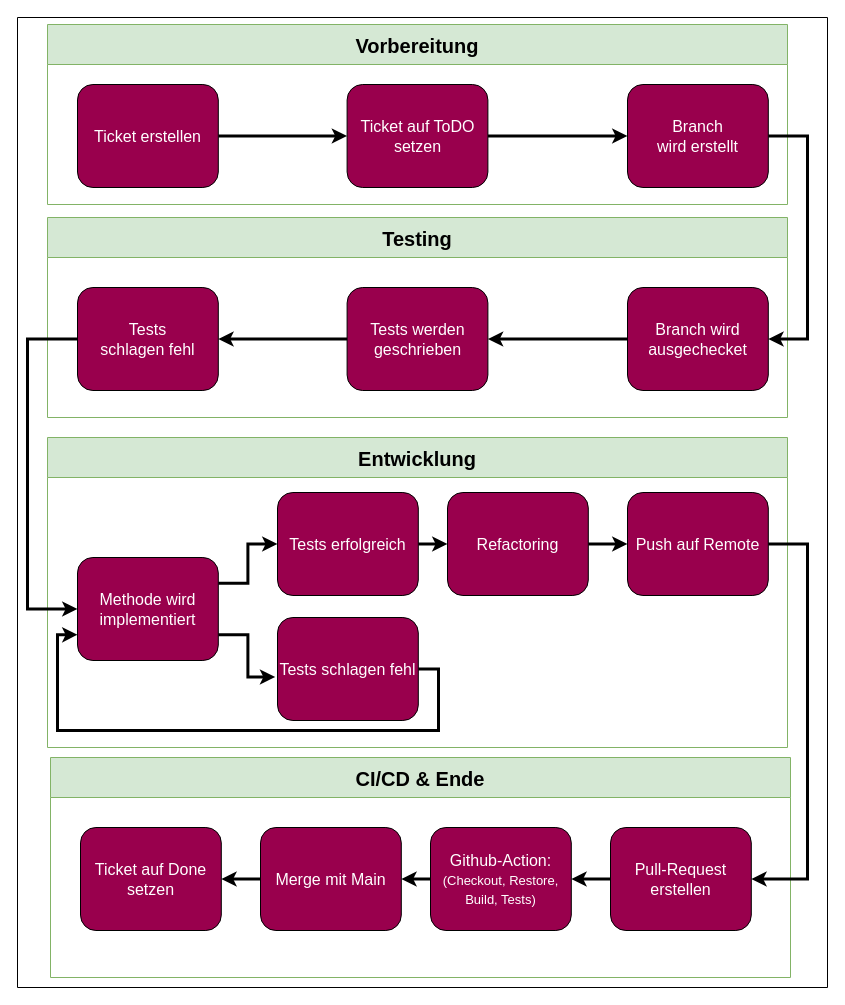
Before: page "Ablauf" (2 of 7) of Parlivote.Shared/Documentation/Untitled Diagram.drawio in schnickalodeon/Parlivote, a draw.io diagram. Source tidied: cells renumbered, new cells numbered last; positions are measured from the earlier drawing's top-left corner, leaving out a move shared by most shapes. Both pictures are drawn from the tidied source at 100%, with x=0, y=0 at pixel (17, 17).
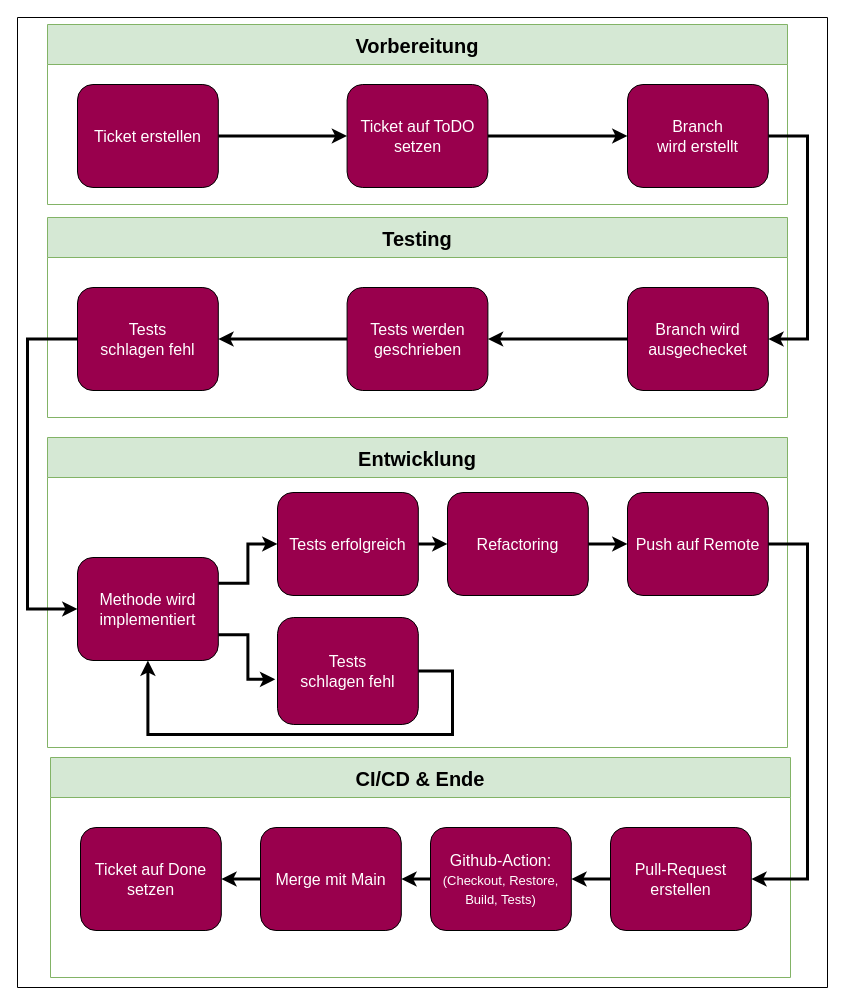
Above is the later version.

Unchanged cells that the change refers to:
```xml
<mxCell id="14" value="Entwicklung" style="swimlane;fontSize=20;fillColor=#d5e8d4;startSize=40;strokeColor=#82b366;" parent="1" vertex="1">
  <mxGeometry x="30" y="420" width="740" height="310" as="geometry" />
</mxCell>
<mxCell id="21" value="Methode wird implementiert" style="whiteSpace=wrap;html=1;fontSize=16;fillColor=#99004D;fontColor=#FFFFFF;rounded=1;" parent="14" vertex="1">
  <mxGeometry x="30" y="120" width="140.8" height="103" as="geometry" />
</mxCell>
```

The edit, as a diff of the source:
```diff
@@
-    <mxCell id="22" style="edgeStyle=orthogonalEdgeStyle;rounded=0;jettySize=auto;html=1;exitX=1;exitY=0.5;exitDx=0;exitDy=0;entryX=0;entryY=0.75;entryDx=0;entryDy=0;fontSize=25;fontColor=#990099;strokeColor=#000000;strokeWidth=3;" parent="14" edge="1" source="23" target="21">
+    <mxCell id="22" style="edgeStyle=orthogonalEdgeStyle;rounded=0;jettySize=auto;html=1;exitX=1;exitY=0.5;exitDx=0;exitDy=0;entryX=0.5;entryY=1;entryDx=0;entryDy=0;fontSize=18;strokeWidth=3;" parent="14" edge="1" source="23" target="21">
       <mxGeometry relative="1" as="geometry">
         <Array as="points">
-          <mxPoint x="391" y="231" />
-          <mxPoint x="391" y="293" />
-          <mxPoint x="10" y="293" />
-          <mxPoint x="10" y="197" />
+          <mxPoint x="405" y="233" />
+          <mxPoint x="405" y="297" />
+          <mxPoint x="100" y="297" />
         </Array>
       </mxGeometry>
     </mxCell>
-    <mxCell id="23" value="Tests schlagen fehl" style="whiteSpace=wrap;html=1;fontSize=16;fillColor=#99004D;rounded=1;fontColor=#FFFFFF;" parent="14" vertex="1">
-      <mxGeometry x="230" y="180" width="140.8" height="103" as="geometry" />
+    <mxCell id="23" value="Tests &lt;br&gt;schlagen fehl" style="whiteSpace=wrap;html=1;fontSize=16;fillColor=#99004D;rounded=1;fontColor=#FFFFFF;" parent="14" vertex="1">
+      <mxGeometry x="230" y="180" width="140.8" height="107" as="geometry" />
     </mxCell>
```
